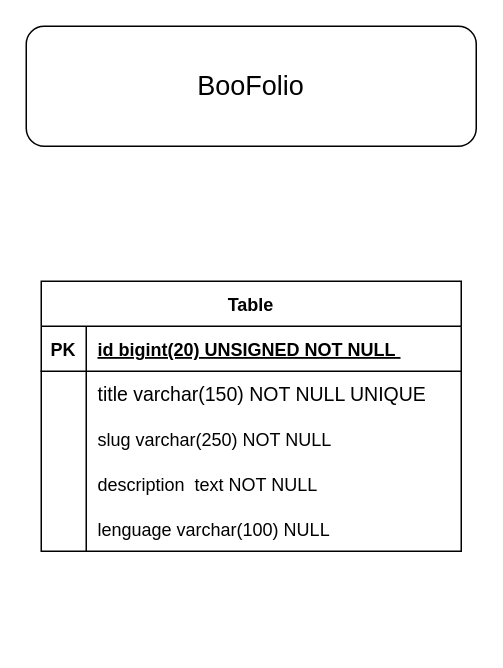
Above: db.drawio in Mattia-Fasulo/laravel-auth (draw.io), before the change. Source tidied: cells renumbered, new cells numbered last; positions are measured from the earlier drawing's top-left corner, leaving out a move shared by most shapes. Both pictures are drawn from the tidied source at 150%, with x=0, y=0 at pixel (26, 26).
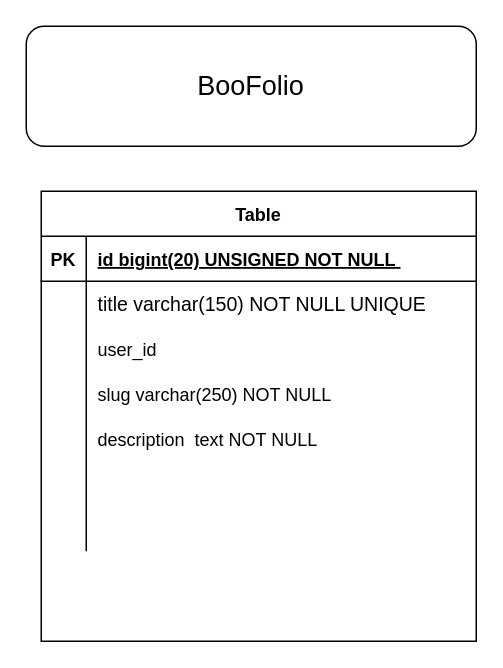
After the change.

Diff of the diagram source:
```diff
@@
     <mxCell id="2" value="Table" style="shape=table;startSize=30;childLayout=tableLayout;rowLines=0;fontStyle=1;align=center;" parent="1" vertex="1">
-      <mxGeometry x="10" y="170" width="280" height="180" as="geometry" />
+      <mxGeometry x="10" y="110" width="290" height="300" as="geometry" />
     </mxCell>
     <mxCell id="3" style="shape=partialRectangle;fillColor=none;top=0;left=0;bottom=1;right=0;" parent="2" vertex="1">
-      <mxGeometry y="30" width="280" height="30" as="geometry" />
+      <mxGeometry y="30" width="290" height="30" as="geometry" />
     </mxCell>
@@
     <mxCell id="5" value="id bigint(20) UNSIGNED NOT NULL " style="shape=partialRectangle;fillColor=none;top=0;left=0;bottom=0;right=0;align=left;spacingLeft=6;fontStyle=5;overflow=hidden;" parent="3" vertex="1">
-      <mxGeometry x="30" width="250" height="30" as="geometry" />
+      <mxGeometry x="30" width="260" height="30" as="geometry" />
     </mxCell>
     <mxCell id="6" style="shape=partialRectangle;fillColor=none;top=0;left=0;bottom=0;right=0;" parent="2" vertex="1">
-      <mxGeometry y="60" width="280" height="30" as="geometry" />
+      <mxGeometry y="60" width="290" height="30" as="geometry" />
     </mxCell>
@@
     <mxCell id="8" value="title varchar(150) NOT NULL UNIQUE   " style="shape=partialRectangle;fillColor=none;top=0;left=0;bottom=0;right=0;align=left;spacingLeft=6;overflow=hidden;fontSize=13;" parent="6" vertex="1">
-      <mxGeometry x="30" width="250" height="30" as="geometry" />
+      <mxGeometry x="30" width="260" height="30" as="geometry" />
     </mxCell>
+    <mxCell id="15" style="shape=partialRectangle;fillColor=none;top=0;left=0;bottom=0;right=0;" parent="2" vertex="1">
+      <mxGeometry y="90" width="290" height="30" as="geometry" />
+    </mxCell>
+    <mxCell id="16" style="shape=partialRectangle;fillColor=none;top=0;left=0;bottom=0;right=0;overflow=hidden;" parent="15" vertex="1">
+      <mxGeometry width="30" height="30" as="geometry" />
+    </mxCell>
+    <mxCell id="17" value="user_id" style="shape=partialRectangle;fillColor=none;top=0;left=0;bottom=0;right=0;align=left;spacingLeft=6;overflow=hidden;" parent="15" vertex="1">
+      <mxGeometry x="30" width="260" height="30" as="geometry" />
+    </mxCell>
     <mxCell id="9" style="shape=partialRectangle;fillColor=none;top=0;left=0;bottom=0;right=0;" parent="2" vertex="1">
-      <mxGeometry y="90" width="280" height="30" as="geometry" />
+      <mxGeometry y="120" width="290" height="30" as="geometry" />
     </mxCell>
@@
     <mxCell id="11" value="slug varchar(250) NOT NULL " style="shape=partialRectangle;fillColor=none;top=0;left=0;bottom=0;right=0;align=left;spacingLeft=6;overflow=hidden;" parent="9" vertex="1">
-      <mxGeometry x="30" width="250" height="30" as="geometry" />
+      <mxGeometry x="30" width="260" height="30" as="geometry" />
     </mxCell>
     <mxCell id="12" style="shape=partialRectangle;fillColor=none;top=0;left=0;bottom=0;right=0;" parent="2" vertex="1">
-      <mxGeometry y="120" width="280" height="30" as="geometry" />
+      <mxGeometry y="150" width="290" height="30" as="geometry" />
     </mxCell>
@@
     <mxCell id="14" value="description  text NOT NULL" style="shape=partialRectangle;fillColor=none;top=0;left=0;bottom=0;right=0;align=left;spacingLeft=6;overflow=hidden;" parent="12" vertex="1">
-      <mxGeometry x="30" width="250" height="30" as="geometry" />
+      <mxGeometry x="30" width="260" height="30" as="geometry" />
     </mxCell>
-    <mxCell id="15" style="shape=partialRectangle;fillColor=none;top=0;left=0;bottom=0;right=0;" parent="2" vertex="1">
-      <mxGeometry y="150" width="280" height="30" as="geometry" />
-    </mxCell>
-    <mxCell id="16" style="shape=partialRectangle;fillColor=none;top=0;left=0;bottom=0;right=0;overflow=hidden;" parent="15" vertex="1">
-      <mxGeometry width="30" height="30" as="geometry" />
-    </mxCell>
-    <mxCell id="17" value="lenguage varchar(100) NULL" style="shape=partialRectangle;fillColor=none;top=0;left=0;bottom=0;right=0;align=left;spacingLeft=6;overflow=hidden;" parent="15" vertex="1">
-      <mxGeometry x="30" width="250" height="30" as="geometry" />
-    </mxCell>
+    <mxCell id="19" style="shape=partialRectangle;fillColor=none;top=0;left=0;bottom=0;right=0;" parent="2" vertex="1">
+      <mxGeometry y="180" width="290" height="30" as="geometry" />
+    </mxCell>
+    <mxCell id="20" style="shape=partialRectangle;fillColor=none;top=0;left=0;bottom=0;right=0;overflow=hidden;" parent="19" vertex="1">
+      <mxGeometry width="30" height="30" as="geometry" />
+    </mxCell>
+    <mxCell id="21" style="shape=partialRectangle;fillColor=none;top=0;left=0;bottom=0;right=0;align=left;spacingLeft=6;overflow=hidden;" parent="19" vertex="1">
+      <mxGeometry x="30" width="260" height="30" as="geometry" />
+    </mxCell>
+    <mxCell id="22" style="shape=partialRectangle;fillColor=none;top=0;left=0;bottom=0;right=0;" parent="2" vertex="1">
+      <mxGeometry y="210" width="290" height="30" as="geometry" />
+    </mxCell>
+    <mxCell id="23" style="shape=partialRectangle;fillColor=none;top=0;left=0;bottom=0;right=0;overflow=hidden;" parent="22" vertex="1">
+      <mxGeometry width="30" height="30" as="geometry" />
+    </mxCell>
+    <mxCell id="24" style="shape=partialRectangle;fillColor=none;top=0;left=0;bottom=0;right=0;align=left;spacingLeft=6;overflow=hidden;" parent="22" vertex="1">
+      <mxGeometry x="30" width="260" height="30" as="geometry" />
+    </mxCell>
```
